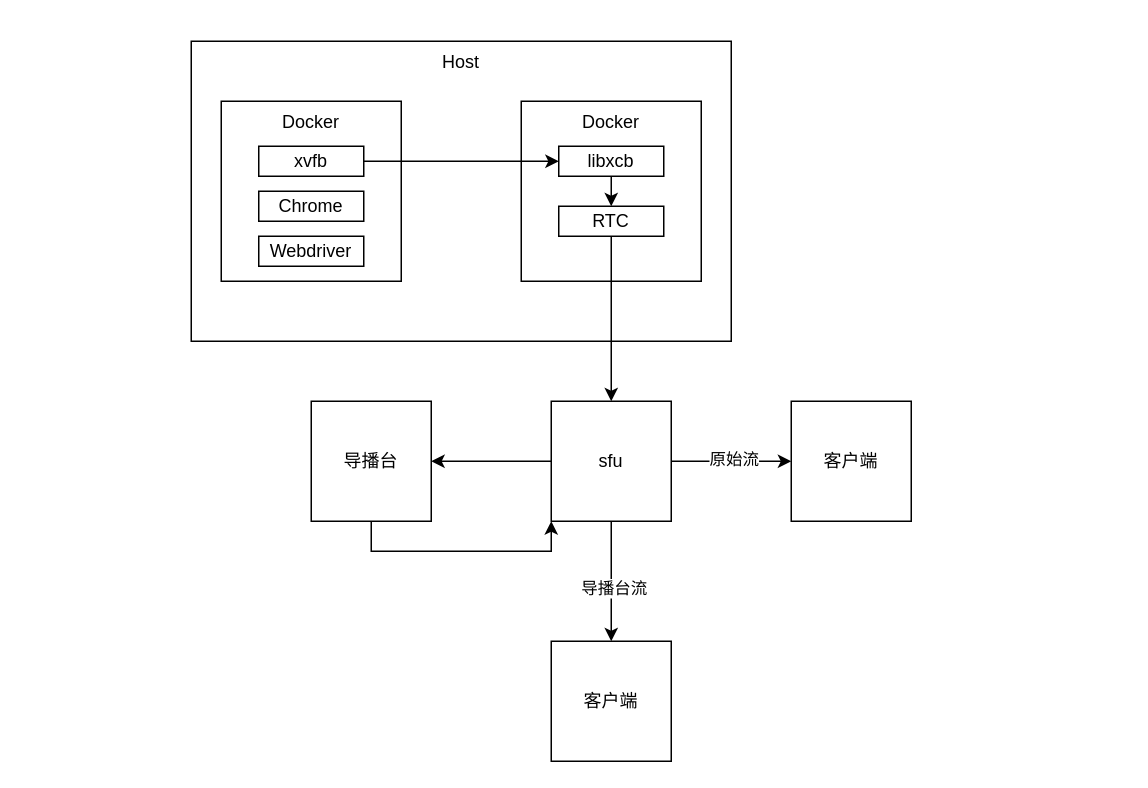
The draw.io diagram page "Page-5" (5 of 6) of Diagram3.drawio in craterone/imgs, before the edit. Source tidied: cells renumbered, new cells numbered last; positions are measured from the earlier drawing's top-left corner, leaving out a move shared by most shapes. Both pictures are drawn from the tidied source at 150%, with x=0, y=0 at pixel (190, 40).
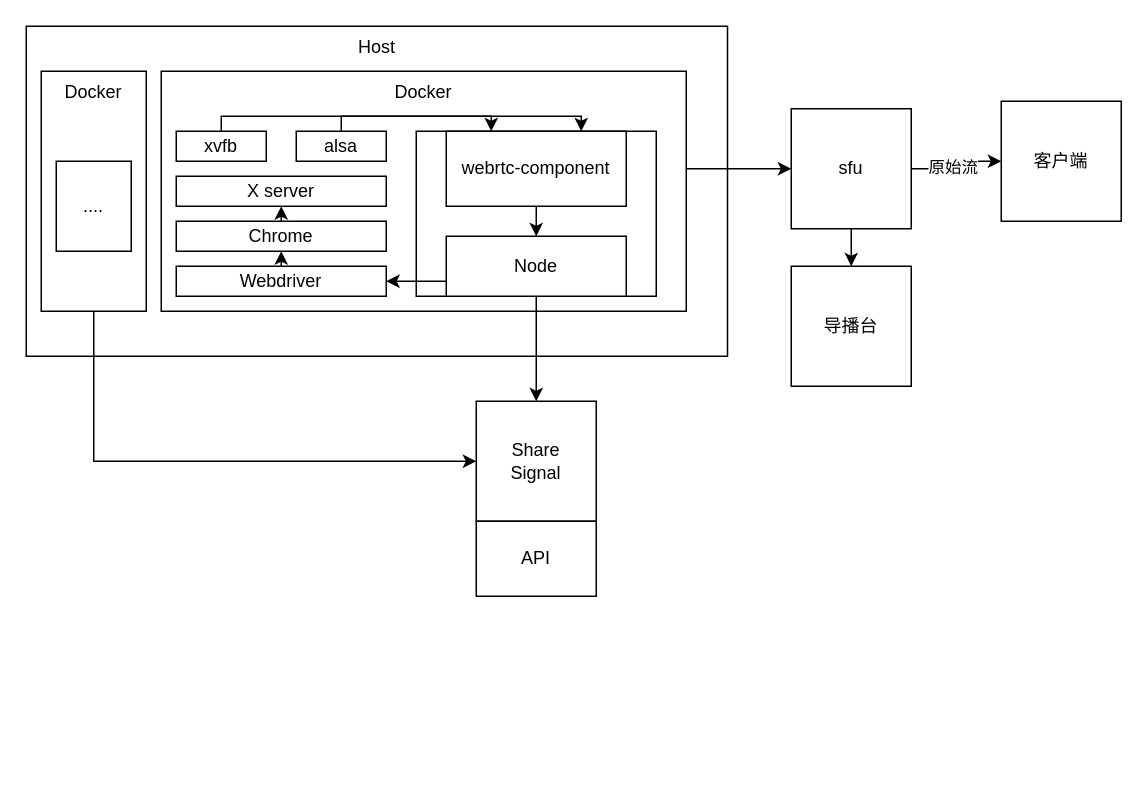
Above is the later version.

The edit, as a diff of the source:
```diff
@@
     <mxCell id="2" value="Host" style="rounded=0;whiteSpace=wrap;html=1;verticalAlign=top;" parent="1" vertex="1">
-      <mxGeometry width="360" height="200" as="geometry" />
+      <mxGeometry x="-110" y="-10" width="467.5" height="220" as="geometry" />
     </mxCell>
-    <mxCell id="3" style="group;" parent="1" vertex="1">
-      <mxGeometry x="20" y="40" width="120" height="120" as="geometry" />
-    </mxCell>
-    <mxCell id="4" value="Docker&lt;br&gt;" style="whiteSpace=wrap;html=1;verticalAlign=top;" parent="3" vertex="1">
-      <mxGeometry width="120" height="120" as="geometry" />
-    </mxCell>
-    <mxCell id="5" value="Chrome" style="rounded=0;whiteSpace=wrap;html=1;" parent="3" vertex="1">
-      <mxGeometry x="25" y="60" width="70" height="20" as="geometry" />
-    </mxCell>
-    <mxCell id="6" value="Webdriver" style="rounded=0;whiteSpace=wrap;html=1;" parent="3" vertex="1">
-      <mxGeometry x="25" y="90" width="70" height="20" as="geometry" />
-    </mxCell>
-    <mxCell id="7" value="xvfb" style="rounded=0;whiteSpace=wrap;html=1;" parent="3" vertex="1">
-      <mxGeometry x="25" y="30" width="70" height="20" as="geometry" />
-    </mxCell>
-    <mxCell id="8" style="group;" parent="1" vertex="1">
-      <mxGeometry x="220" y="40" width="120" height="120" as="geometry" />
-    </mxCell>
-    <mxCell id="9" value="Docker&lt;br&gt;" style="whiteSpace=wrap;html=1;verticalAlign=top;" parent="8" vertex="1">
-      <mxGeometry width="120" height="120" as="geometry" />
-    </mxCell>
-    <mxCell id="10" style="edgeStyle=orthogonalEdgeStyle;rounded=0;jettySize=auto;html=1;exitX=0.5;exitY=1;exitDx=0;exitDy=0;entryX=0.5;entryY=0;entryDx=0;entryDy=0;" parent="8" edge="1" source="11" target="12">
-      <mxGeometry relative="1" as="geometry" />
-    </mxCell>
-    <mxCell id="11" value="libxcb" style="rounded=0;whiteSpace=wrap;html=1;" parent="8" vertex="1">
-      <mxGeometry x="25" y="30" width="70" height="20" as="geometry" />
-    </mxCell>
-    <mxCell id="12" value="RTC" style="rounded=0;whiteSpace=wrap;html=1;" parent="8" vertex="1">
-      <mxGeometry x="25" y="70" width="70" height="20" as="geometry" />
-    </mxCell>
-    <mxCell id="13" style="edgeStyle=orthogonalEdgeStyle;rounded=0;jettySize=auto;html=1;entryX=0;entryY=0.5;entryDx=0;entryDy=0;" parent="1" edge="1" source="7" target="11">
-      <mxGeometry relative="1" as="geometry" />
-    </mxCell>
@@
-    <mxCell id="17" style="edgeStyle=orthogonalEdgeStyle;rounded=0;jettySize=auto;html=1;" parent="1" edge="1" source="19" target="24">
-      <mxGeometry relative="1" as="geometry" />
-    </mxCell>
-    <mxCell id="18" value="导播台流" style="edgeLabel;html=1;align=center;verticalAlign=middle;" parent="17" vertex="1">
-      <mxGeometry x="0.11" y="1" relative="1" as="geometry" />
-    </mxCell>
     <mxCell id="19" value="sfu" style="whiteSpace=wrap;html=1;" parent="1" vertex="1">
-      <mxGeometry x="240" y="240" width="80" height="80" as="geometry" />
+      <mxGeometry x="400" y="45" width="80" height="80" as="geometry" />
     </mxCell>
-    <mxCell id="20" style="edgeStyle=orthogonalEdgeStyle;rounded=0;jettySize=auto;html=1;entryX=0;entryY=1;entryDx=0;entryDy=0;exitX=0.5;exitY=1;exitDx=0;exitDy=0;" parent="1" edge="1" source="21" target="19">
-      <mxGeometry relative="1" as="geometry" />
-    </mxCell>
     <mxCell id="21" value="导播台" style="whiteSpace=wrap;html=1;" parent="1" vertex="1">
-      <mxGeometry x="80" y="240" width="80" height="80" as="geometry" />
+      <mxGeometry x="400" y="150" width="80" height="80" as="geometry" />
     </mxCell>
+    <mxCell id="23" value="客户端" style="whiteSpace=wrap;html=1;" parent="1" vertex="1">
+      <mxGeometry x="540" y="40" width="80" height="80" as="geometry" />
+    </mxCell>
-    <mxCell id="22" style="edgeStyle=orthogonalEdgeStyle;rounded=0;jettySize=auto;html=1;exitX=0.5;exitY=1;exitDx=0;exitDy=0;" parent="1" edge="1" source="12" target="19">
-      <mxGeometry relative="1" as="geometry" />
+    <mxCell id="22" style="edgeStyle=orthogonalEdgeStyle;rounded=0;jettySize=auto;html=1;exitX=1;exitY=0.5;exitDx=0;exitDy=0;entryX=0;entryY=0.5;entryDx=0;entryDy=0;" parent="1" edge="1" source="37" target="19">
+      <mxGeometry relative="1" as="geometry">
+        <Array as="points">
+          <mxPoint x="400" y="85" />
+        </Array>
+      </mxGeometry>
     </mxCell>
-    <mxCell id="23" value="客户端" style="whiteSpace=wrap;html=1;" parent="1" vertex="1">
-      <mxGeometry x="400" y="240" width="80" height="80" as="geometry" />
-    </mxCell>
-    <mxCell id="24" value="客户端" style="whiteSpace=wrap;html=1;" parent="1" vertex="1">
-      <mxGeometry x="240" y="400" width="80" height="80" as="geometry" />
-    </mxCell>
+    <mxCell id="25" value="Docker" style="rounded=0;whiteSpace=wrap;html=1;verticalAlign=top;" parent="1" vertex="1">
+      <mxGeometry x="-20" y="20" width="350" height="160" as="geometry" />
+    </mxCell>
+    <mxCell id="26" style="edgeStyle=orthogonalEdgeStyle;rounded=0;jettySize=auto;html=1;exitX=0.5;exitY=0;exitDx=0;exitDy=0;entryX=0.5;entryY=1;entryDx=0;entryDy=0;" parent="1" edge="1" source="5" target="7">
+      <mxGeometry relative="1" as="geometry" />
+    </mxCell>
+    <mxCell id="5" value="Chrome" style="rounded=0;whiteSpace=wrap;html=1;" parent="1" vertex="1">
+      <mxGeometry x="-10" y="120" width="140" height="20" as="geometry" />
+    </mxCell>
+    <mxCell id="27" style="edgeStyle=orthogonalEdgeStyle;rounded=0;jettySize=auto;html=1;exitX=0.5;exitY=0;exitDx=0;exitDy=0;entryX=0.5;entryY=1;entryDx=0;entryDy=0;" parent="1" edge="1" source="6" target="5">
+      <mxGeometry relative="1" as="geometry" />
+    </mxCell>
+    <mxCell id="6" value="Webdriver" style="rounded=0;whiteSpace=wrap;html=1;" parent="1" vertex="1">
+      <mxGeometry x="-10" y="150" width="140" height="20" as="geometry" />
+    </mxCell>
+    <mxCell id="7" value="X server" style="rounded=0;whiteSpace=wrap;html=1;" parent="1" vertex="1">
+      <mxGeometry x="-10" y="90" width="140" height="20" as="geometry" />
+    </mxCell>
+    <mxCell id="28" style="edgeStyle=orthogonalEdgeStyle;rounded=0;jettySize=auto;html=1;exitX=0.5;exitY=0;exitDx=0;exitDy=0;entryX=0.25;entryY=0;entryDx=0;entryDy=0;" parent="1" edge="1" source="29" target="37">
+      <mxGeometry relative="1" as="geometry">
+        <Array as="points">
+          <mxPoint x="20" y="50" />
+          <mxPoint x="200" y="50" />
+        </Array>
+      </mxGeometry>
+    </mxCell>
+    <mxCell id="29" value="xvfb" style="rounded=0;whiteSpace=wrap;html=1;" parent="1" vertex="1">
+      <mxGeometry x="-10" y="60" width="60" height="20" as="geometry" />
+    </mxCell>
+    <mxCell id="30" style="edgeStyle=orthogonalEdgeStyle;rounded=0;jettySize=auto;html=1;exitX=0.5;exitY=0;exitDx=0;exitDy=0;entryX=0.75;entryY=0;entryDx=0;entryDy=0;" parent="1" edge="1" source="31" target="37">
+      <mxGeometry relative="1" as="geometry">
+        <Array as="points">
+          <mxPoint x="100" y="50" />
+          <mxPoint x="260" y="50" />
+        </Array>
+      </mxGeometry>
+    </mxCell>
+    <mxCell id="31" value="alsa" style="rounded=0;whiteSpace=wrap;html=1;" parent="1" vertex="1">
+      <mxGeometry x="70" y="60" width="60" height="20" as="geometry" />
+    </mxCell>
+    <mxCell id="32" style="rounded=0;whiteSpace=wrap;html=1;" parent="1" vertex="1">
+      <mxGeometry x="150" y="60" width="160" height="110" as="geometry" />
+    </mxCell>
+    <mxCell id="33" style="edgeStyle=orthogonalEdgeStyle;rounded=0;jettySize=auto;html=1;entryX=1;entryY=0.5;entryDx=0;entryDy=0;" parent="1" edge="1" source="35" target="6">
+      <mxGeometry relative="1" as="geometry">
+        <Array as="points">
+          <mxPoint x="160" y="160" />
+          <mxPoint x="160" y="160" />
+        </Array>
+      </mxGeometry>
+    </mxCell>
+    <mxCell id="34" style="edgeStyle=orthogonalEdgeStyle;rounded=0;jettySize=auto;html=1;entryX=0.5;entryY=0;entryDx=0;entryDy=0;" parent="1" edge="1" source="35" target="38">
+      <mxGeometry relative="1" as="geometry" />
+    </mxCell>
+    <mxCell id="35" value="Node" style="rounded=0;whiteSpace=wrap;html=1;" parent="1" vertex="1">
+      <mxGeometry x="170" y="130" width="120" height="40" as="geometry" />
+    </mxCell>
+    <mxCell id="36" style="edgeStyle=orthogonalEdgeStyle;rounded=0;jettySize=auto;html=1;exitX=0.5;exitY=1;exitDx=0;exitDy=0;entryX=0.5;entryY=0;entryDx=0;entryDy=0;" parent="1" edge="1" source="37" target="35">
+      <mxGeometry relative="1" as="geometry" />
+    </mxCell>
+    <mxCell id="37" value="webrtc-component" style="rounded=0;whiteSpace=wrap;html=1;" parent="1" vertex="1">
+      <mxGeometry x="170" y="60" width="120" height="50" as="geometry" />
+    </mxCell>
+    <mxCell id="38" value="Share&lt;br&gt;Signal" style="whiteSpace=wrap;html=1;" parent="1" vertex="1">
+      <mxGeometry x="190" y="240" width="80" height="80" as="geometry" />
+    </mxCell>
+    <mxCell id="39" value="API" style="rounded=0;whiteSpace=wrap;html=1;" parent="1" vertex="1">
+      <mxGeometry x="190" y="320" width="80" height="50" as="geometry" />
+    </mxCell>
+    <mxCell id="40" style="edgeStyle=orthogonalEdgeStyle;rounded=0;jettySize=auto;html=1;entryX=0;entryY=0.5;entryDx=0;entryDy=0;" parent="1" edge="1" source="41" target="38">
+      <mxGeometry relative="1" as="geometry">
+        <Array as="points">
+          <mxPoint x="-65" y="280" />
+        </Array>
+      </mxGeometry>
+    </mxCell>
+    <mxCell id="41" value="Docker" style="rounded=0;whiteSpace=wrap;html=1;verticalAlign=top;" parent="1" vertex="1">
+      <mxGeometry x="-100" y="20" width="70" height="160" as="geometry" />
+    </mxCell>
+    <mxCell id="42" value="...." style="rounded=0;whiteSpace=wrap;html=1;" parent="1" vertex="1">
+      <mxGeometry x="-90" y="80" width="50" height="60" as="geometry" />
+    </mxCell>
```
